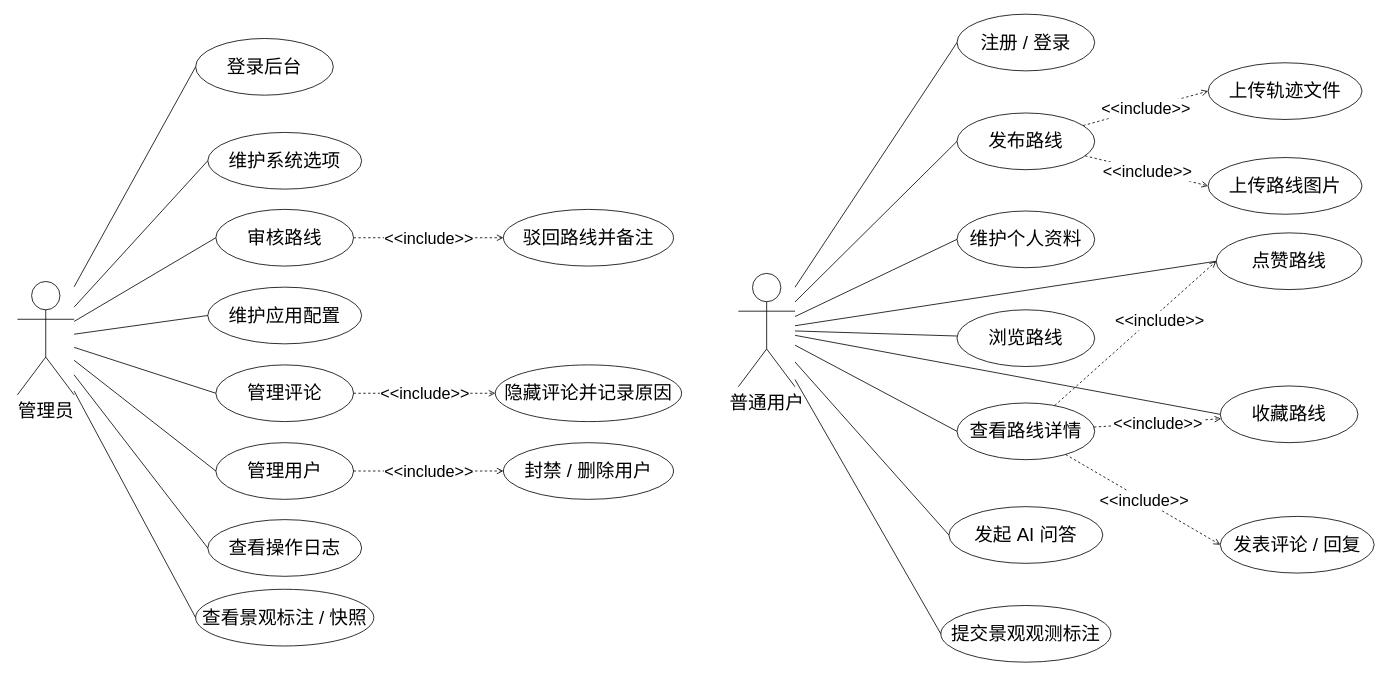
Before: DOCS/architecture-diagrams/sources/用例图/管理员用户用例图.drawio in 612cs/TrailQuest, a draw.io diagram. Source tidied: cells renumbered, new cells numbered last; positions are measured from the earlier drawing's top-left corner, leaving out a move shared by most shapes. Both pictures are drawn from the tidied source at 81%, with x=0, y=0 at pixel (17, 14).
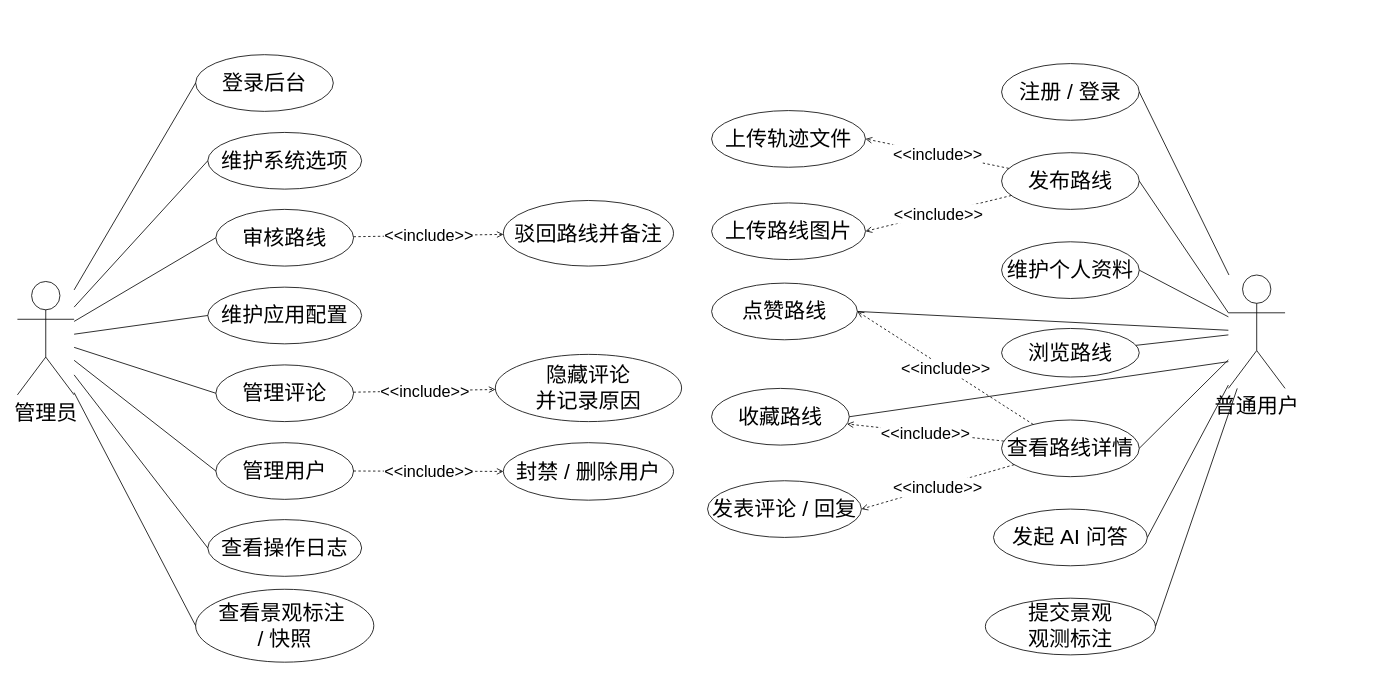
After the change.

The edit, as a diff of the source:
```diff
@@
-    <mxCell id="2" value="管理员" style="shape=umlActor;verticalLabelPosition=bottom;verticalAlign=top;html=1;fontSize=23;fillColor=none;" parent="1" vertex="1">
+    <mxCell id="2" value="管理员" style="shape=umlActor;verticalLabelPosition=bottom;verticalAlign=top;html=1;fontSize=26;fillColor=none;" parent="1" vertex="1">
       <mxGeometry y="330" width="70" height="140" as="geometry" />
     </mxCell>
-    <mxCell id="3" value="登录后台" style="ellipse;whiteSpace=wrap;html=1;fontSize=23;fillColor=none;" parent="1" vertex="1">
-      <mxGeometry x="220" y="30" width="170" height="70" as="geometry" />
+    <mxCell id="3" value="登录后台" style="ellipse;whiteSpace=wrap;html=1;fontSize=26;fillColor=none;" parent="1" vertex="1">
+      <mxGeometry x="220" y="50" width="170" height="70" as="geometry" />
     </mxCell>
-    <mxCell id="4" value="审核路线" style="ellipse;whiteSpace=wrap;html=1;fontSize=23;fillColor=none;" parent="1" vertex="1">
+    <mxCell id="4" value="审核路线" style="ellipse;whiteSpace=wrap;html=1;fontSize=26;fillColor=none;" parent="1" vertex="1">
       <mxGeometry x="245" y="241" width="170" height="70" as="geometry" />
     </mxCell>
-    <mxCell id="5" value="管理评论" style="ellipse;whiteSpace=wrap;html=1;fontSize=23;fillColor=none;" parent="1" vertex="1">
+    <mxCell id="5" value="管理评论" style="ellipse;whiteSpace=wrap;html=1;fontSize=26;fillColor=none;" parent="1" vertex="1">
       <mxGeometry x="245" y="433" width="170" height="70" as="geometry" />
     </mxCell>
-    <mxCell id="6" value="管理用户" style="ellipse;whiteSpace=wrap;html=1;fontSize=23;fillColor=none;" parent="1" vertex="1">
+    <mxCell id="6" value="管理用户" style="ellipse;whiteSpace=wrap;html=1;fontSize=26;fillColor=none;" parent="1" vertex="1">
       <mxGeometry x="245" y="529" width="170" height="70" as="geometry" />
     </mxCell>
-    <mxCell id="7" value="查看操作日志" style="ellipse;whiteSpace=wrap;html=1;fontSize=23;fillColor=none;" parent="1" vertex="1">
+    <mxCell id="7" value="查看操作日志" style="ellipse;whiteSpace=wrap;html=1;fontSize=26;fillColor=none;" parent="1" vertex="1">
       <mxGeometry x="235" y="624" width="190" height="70" as="geometry" />
     </mxCell>
-    <mxCell id="8" value="维护系统选项" style="ellipse;whiteSpace=wrap;html=1;fontSize=23;fillColor=none;" parent="1" vertex="1">
+    <mxCell id="8" value="维护系统选项" style="ellipse;whiteSpace=wrap;html=1;fontSize=26;fillColor=none;" parent="1" vertex="1">
       <mxGeometry x="235" y="146" width="190" height="70" as="geometry" />
     </mxCell>
-    <mxCell id="9" value="维护应用配置" style="ellipse;whiteSpace=wrap;html=1;fontSize=23;fillColor=none;" parent="1" vertex="1">
+    <mxCell id="9" value="维护应用配置" style="ellipse;whiteSpace=wrap;html=1;fontSize=26;fillColor=none;" parent="1" vertex="1">
       <mxGeometry x="235" y="337" width="190" height="70" as="geometry" />
     </mxCell>
-    <mxCell id="10" value="查看景观标注 / 快照" style="ellipse;whiteSpace=wrap;html=1;fontSize=23;fillColor=none;" parent="1" vertex="1">
-      <mxGeometry x="220" y="710" width="220" height="70" as="geometry" />
+    <mxCell id="10" value="查看景观标注&amp;nbsp;&lt;div&gt;/ 快照&lt;/div&gt;" style="ellipse;whiteSpace=wrap;html=1;fontSize=26;fillColor=none;" parent="1" vertex="1">
+      <mxGeometry x="220" y="710" width="220" height="90" as="geometry" />
     </mxCell>
-    <mxCell id="11" value="封禁 / 删除用户" style="ellipse;whiteSpace=wrap;html=1;fontSize=23;fillColor=none;" parent="1" vertex="1">
-      <mxGeometry x="600" y="529" width="210" height="70" as="geometry" />
+    <mxCell id="11" value="封禁 / 删除用户" style="ellipse;whiteSpace=wrap;html=1;fontSize=26;fillColor=none;" parent="1" vertex="1">
+      <mxGeometry x="600" y="529" width="210" height="71" as="geometry" />
     </mxCell>
-    <mxCell id="12" value="驳回路线并备注" style="ellipse;whiteSpace=wrap;html=1;fontSize=23;fillColor=none;" parent="1" vertex="1">
-      <mxGeometry x="600" y="241" width="210" height="70" as="geometry" />
+    <mxCell id="12" value="驳回路线并备注" style="ellipse;whiteSpace=wrap;html=1;fontSize=26;fillColor=none;" parent="1" vertex="1">
+      <mxGeometry x="600" y="230" width="210" height="81" as="geometry" />
     </mxCell>
-    <mxCell id="13" value="隐藏评论并记录原因" style="ellipse;whiteSpace=wrap;html=1;fontSize=23;fillColor=none;" parent="1" vertex="1">
-      <mxGeometry x="590" y="433" width="230" height="70" as="geometry" />
+    <mxCell id="13" value="隐藏评论&lt;div&gt;并记录原因&lt;/div&gt;" style="ellipse;whiteSpace=wrap;html=1;fontSize=26;fillColor=none;" parent="1" vertex="1">
+      <mxGeometry x="590" y="420" width="230" height="83" as="geometry" />
     </mxCell>
-    <mxCell id="14" style="endArrow=none;html=1;rounded=0;fontSize=23;entryX=0;entryY=0.5;entryDx=0;entryDy=0;" parent="1" edge="1" source="2" target="3">
+    <mxCell id="14" style="endArrow=none;html=1;rounded=0;fontSize=26;entryX=0;entryY=0.5;entryDx=0;entryDy=0;" parent="1" edge="1" source="2" target="3">
       <mxGeometry relative="1" as="geometry" />
     </mxCell>
-    <mxCell id="15" style="endArrow=none;html=1;rounded=0;fontSize=23;entryX=0;entryY=0.5;entryDx=0;entryDy=0;" parent="1" edge="1" source="2" target="4">
+    <mxCell id="15" style="endArrow=none;html=1;rounded=0;fontSize=26;entryX=0;entryY=0.5;entryDx=0;entryDy=0;" parent="1" edge="1" source="2" target="4">
       <mxGeometry relative="1" as="geometry" />
     </mxCell>
-    <mxCell id="16" style="endArrow=none;html=1;rounded=0;fontSize=23;entryX=0;entryY=0.5;entryDx=0;entryDy=0;" parent="1" edge="1" source="2" target="5">
+    <mxCell id="16" style="endArrow=none;html=1;rounded=0;fontSize=26;entryX=0;entryY=0.5;entryDx=0;entryDy=0;" parent="1" edge="1" source="2" target="5">
       <mxGeometry relative="1" as="geometry" />
     </mxCell>
-    <mxCell id="17" style="endArrow=none;html=1;rounded=0;fontSize=23;entryX=0;entryY=0.5;entryDx=0;entryDy=0;" parent="1" edge="1" source="2" target="6">
+    <mxCell id="17" style="endArrow=none;html=1;rounded=0;fontSize=26;entryX=0;entryY=0.5;entryDx=0;entryDy=0;" parent="1" edge="1" source="2" target="6">
       <mxGeometry relative="1" as="geometry" />
     </mxCell>
-    <mxCell id="18" style="endArrow=none;html=1;rounded=0;fontSize=23;entryX=0;entryY=0.5;entryDx=0;entryDy=0;" parent="1" edge="1" source="2" target="7">
+    <mxCell id="18" style="endArrow=none;html=1;rounded=0;fontSize=26;entryX=0;entryY=0.5;entryDx=0;entryDy=0;" parent="1" edge="1" source="2" target="7">
       <mxGeometry relative="1" as="geometry" />
     </mxCell>
-    <mxCell id="19" style="endArrow=none;html=1;rounded=0;fontSize=23;entryX=0;entryY=0.5;entryDx=0;entryDy=0;" parent="1" edge="1" source="2" target="8">
+    <mxCell id="19" style="endArrow=none;html=1;rounded=0;fontSize=26;entryX=0;entryY=0.5;entryDx=0;entryDy=0;" parent="1" edge="1" source="2" target="8">
       <mxGeometry relative="1" as="geometry" />
     </mxCell>
-    <mxCell id="20" style="endArrow=none;html=1;rounded=0;fontSize=23;entryX=0;entryY=0.5;entryDx=0;entryDy=0;" parent="1" edge="1" source="2" target="9">
+    <mxCell id="20" style="endArrow=none;html=1;rounded=0;fontSize=26;entryX=0;entryY=0.5;entryDx=0;entryDy=0;" parent="1" edge="1" source="2" target="9">
       <mxGeometry relative="1" as="geometry" />
     </mxCell>
-    <mxCell id="21" style="endArrow=none;html=1;rounded=0;fontSize=23;entryX=0;entryY=0.5;entryDx=0;entryDy=0;" parent="1" edge="1" source="2" target="10">
+    <mxCell id="21" style="endArrow=none;html=1;rounded=0;fontSize=26;entryX=0;entryY=0.5;entryDx=0;entryDy=0;" parent="1" edge="1" source="2" target="10">
       <mxGeometry relative="1" as="geometry" />
     </mxCell>
@@
-    <mxCell id="25" value="普通用户" style="shape=umlActor;verticalLabelPosition=bottom;verticalAlign=top;html=1;fontSize=23;fillColor=none;" parent="1" vertex="1">
-      <mxGeometry x="890" y="320" width="70" height="140" as="geometry" />
+    <mxCell id="25" value="普通用户" style="shape=umlActor;verticalLabelPosition=bottom;verticalAlign=top;html=1;fontSize=26;fillColor=none;" parent="1" vertex="1">
+      <mxGeometry x="1495" y="322" width="70" height="140" as="geometry" />
     </mxCell>
-    <mxCell id="26" value="注册 / 登录" style="ellipse;whiteSpace=wrap;html=1;fontSize=23;fillColor=none;" parent="1" vertex="1">
-      <mxGeometry x="1160" width="170" height="70" as="geometry" />
+    <mxCell id="26" value="注册 / 登录" style="ellipse;whiteSpace=wrap;html=1;fontSize=26;fillColor=none;" parent="1" vertex="1">
+      <mxGeometry x="1215" y="61" width="170" height="70" as="geometry" />
     </mxCell>
-    <mxCell id="27" value="维护个人资料" style="ellipse;whiteSpace=wrap;html=1;fontSize=23;fillColor=none;" parent="1" vertex="1">
-      <mxGeometry x="1160" y="243" width="170" height="70" as="geometry" />
+    <mxCell id="27" value="维护个人资料" style="ellipse;whiteSpace=wrap;html=1;fontSize=26;fillColor=none;" parent="1" vertex="1">
+      <mxGeometry x="1215" y="281" width="170" height="70" as="geometry" />
     </mxCell>
-    <mxCell id="28" value="浏览路线" style="ellipse;whiteSpace=wrap;html=1;fontSize=23;fillColor=none;" parent="1" vertex="1">
-      <mxGeometry x="1160" y="365" width="170" height="70" as="geometry" />
+    <mxCell id="28" value="浏览路线" style="ellipse;whiteSpace=wrap;html=1;fontSize=26;fillColor=none;" parent="1" vertex="1">
+      <mxGeometry x="1215" y="388" width="170" height="60" as="geometry" />
     </mxCell>
-    <mxCell id="29" value="查看路线详情" style="ellipse;whiteSpace=wrap;html=1;fontSize=23;fillColor=none;" parent="1" vertex="1">
-      <mxGeometry x="1160" y="480" width="170" height="70" as="geometry" />
+    <mxCell id="29" value="查看路线详情" style="ellipse;whiteSpace=wrap;html=1;fontSize=26;fillColor=none;" parent="1" vertex="1">
+      <mxGeometry x="1215" y="501" width="170" height="70" as="geometry" />
     </mxCell>
-    <mxCell id="30" value="发布路线" style="ellipse;whiteSpace=wrap;html=1;fontSize=23;fillColor=none;" parent="1" vertex="1">
-      <mxGeometry x="1160" y="122" width="170" height="70" as="geometry" />
+    <mxCell id="30" value="发布路线" style="ellipse;whiteSpace=wrap;html=1;fontSize=26;fillColor=none;" parent="1" vertex="1">
+      <mxGeometry x="1215" y="171" width="170" height="70" as="geometry" />
     </mxCell>
-    <mxCell id="31" value="上传轨迹文件" style="ellipse;whiteSpace=wrap;html=1;fontSize=23;fillColor=none;" parent="1" vertex="1">
-      <mxGeometry x="1470" y="60" width="190" height="70" as="geometry" />
+    <mxCell id="31" value="上传轨迹文件" style="ellipse;whiteSpace=wrap;html=1;fontSize=26;fillColor=none;" parent="1" vertex="1">
+      <mxGeometry x="857" y="119" width="190" height="70" as="geometry" />
     </mxCell>
-    <mxCell id="32" value="上传路线图片" style="ellipse;whiteSpace=wrap;html=1;fontSize=23;fillColor=none;" parent="1" vertex="1">
-      <mxGeometry x="1470" y="177" width="190" height="70" as="geometry" />
+    <mxCell id="32" value="上传路线图片" style="ellipse;whiteSpace=wrap;html=1;fontSize=26;fillColor=none;" parent="1" vertex="1">
+      <mxGeometry x="857" y="233" width="190" height="70" as="geometry" />
     </mxCell>
-    <mxCell id="33" value="发表评论 / 回复" style="ellipse;whiteSpace=wrap;html=1;fontSize=23;fillColor=none;" parent="1" vertex="1">
-      <mxGeometry x="1485" y="620" width="190" height="70" as="geometry" />
+    <mxCell id="33" value="发表评论 / 回复" style="ellipse;whiteSpace=wrap;html=1;fontSize=26;fillColor=none;" parent="1" vertex="1">
+      <mxGeometry x="852" y="576" width="190" height="70" as="geometry" />
     </mxCell>
-    <mxCell id="34" value="点赞路线" style="ellipse;whiteSpace=wrap;html=1;fontSize=23;fillColor=none;" parent="1" vertex="1">
-      <mxGeometry x="1480" y="270" width="180" height="70" as="geometry" />
+    <mxCell id="34" value="点赞路线" style="ellipse;whiteSpace=wrap;html=1;fontSize=26;fillColor=none;" parent="1" vertex="1">
+      <mxGeometry x="857" y="332" width="180" height="70" as="geometry" />
     </mxCell>
-    <mxCell id="35" value="收藏路线" style="ellipse;whiteSpace=wrap;html=1;fontSize=23;fillColor=none;" parent="1" vertex="1">
-      <mxGeometry x="1485" y="459" width="170" height="70" as="geometry" />
+    <mxCell id="35" value="收藏路线" style="ellipse;whiteSpace=wrap;html=1;fontSize=26;fillColor=none;" parent="1" vertex="1">
+      <mxGeometry x="857" y="462" width="170" height="70" as="geometry" />
     </mxCell>
-    <mxCell id="36" value="发起 AI 问答" style="ellipse;whiteSpace=wrap;html=1;fontSize=23;fillColor=none;" parent="1" vertex="1">
-      <mxGeometry x="1150" y="608" width="190" height="70" as="geometry" />
+    <mxCell id="36" value="发起 AI 问答" style="ellipse;whiteSpace=wrap;html=1;fontSize=26;fillColor=none;" parent="1" vertex="1">
+      <mxGeometry x="1205" y="611" width="190" height="70" as="geometry" />
     </mxCell>
-    <mxCell id="37" value="提交景观观测标注" style="ellipse;whiteSpace=wrap;html=1;fontSize=23;fillColor=none;" parent="1" vertex="1">
-      <mxGeometry x="1140" y="730" width="210" height="70" as="geometry" />
-    </mxCell>
+    <mxCell id="52" value="提交景观&lt;div&gt;观测标注&lt;/div&gt;" style="ellipse;whiteSpace=wrap;html=1;fontSize=26;fillColor=none;" parent="1" vertex="1">
+      <mxGeometry x="1195" y="721" width="210" height="70" as="geometry" />
+    </mxCell>
-    <mxCell id="38" style="endArrow=none;html=1;rounded=0;fontSize=23;entryX=0;entryY=0.5;entryDx=0;entryDy=0;" parent="1" edge="1" source="25" target="26">
+    <mxCell id="38" style="endArrow=none;html=1;rounded=0;fontSize=26;entryX=1;entryY=0.5;entryDx=0;entryDy=0;" parent="1" edge="1" source="25" target="26">
       <mxGeometry relative="1" as="geometry" />
     </mxCell>
-    <mxCell id="39" style="endArrow=none;html=1;rounded=0;fontSize=23;entryX=0;entryY=0.5;entryDx=0;entryDy=0;" parent="1" edge="1" source="25" target="27">
+    <mxCell id="39" style="endArrow=none;html=1;rounded=0;fontSize=26;entryX=1;entryY=0.5;entryDx=0;entryDy=0;" parent="1" edge="1" source="25" target="27">
       <mxGeometry relative="1" as="geometry" />
     </mxCell>
-    <mxCell id="40" style="endArrow=none;html=1;rounded=0;fontSize=23;" parent="1" edge="1" source="25" target="28">
+    <mxCell id="40" style="endArrow=none;html=1;rounded=0;fontSize=26;" parent="1" edge="1" source="25" target="28">
       <mxGeometry relative="1" as="geometry" />
     </mxCell>
-    <mxCell id="41" style="endArrow=none;html=1;rounded=0;fontSize=23;entryX=0;entryY=0.5;entryDx=0;entryDy=0;" parent="1" edge="1" source="25" target="29">
+    <mxCell id="41" style="endArrow=none;html=1;rounded=0;fontSize=26;entryX=1;entryY=0.5;entryDx=0;entryDy=0;" parent="1" edge="1" source="25" target="29">
       <mxGeometry relative="1" as="geometry" />
     </mxCell>
-    <mxCell id="42" style="endArrow=none;html=1;rounded=0;fontSize=23;entryX=0;entryY=0.5;entryDx=0;entryDy=0;" parent="1" edge="1" source="25" target="30">
+    <mxCell id="42" style="endArrow=none;html=1;rounded=0;fontSize=26;entryX=1;entryY=0.5;entryDx=0;entryDy=0;exitX=0;exitY=0.3333333333333333;exitDx=0;exitDy=0;exitPerimeter=0;" parent="1" edge="1" source="25" target="30">
       <mxGeometry relative="1" as="geometry" />
     </mxCell>
-    <mxCell id="43" style="endArrow=none;html=1;rounded=0;fontSize=23;entryX=0;entryY=0.5;entryDx=0;entryDy=0;" parent="1" edge="1" source="25" target="34">
+    <mxCell id="43" style="endArrow=none;html=1;rounded=0;fontSize=26;entryX=1;entryY=0.5;entryDx=0;entryDy=0;" parent="1" edge="1" source="25" target="34">
       <mxGeometry relative="1" as="geometry" />
     </mxCell>
-    <mxCell id="44" style="endArrow=none;html=1;rounded=0;fontSize=23;entryX=0;entryY=0.5;entryDx=0;entryDy=0;" parent="1" edge="1" source="25" target="35">
-      <mxGeometry relative="1" as="geometry" />
-    </mxCell>
+    <mxCell id="53" style="endArrow=none;html=1;rounded=0;fontSize=26;entryX=1;entryY=0.5;entryDx=0;entryDy=0;" parent="1" edge="1" target="35">
+      <mxGeometry relative="1" as="geometry">
+        <mxPoint x="1495" y="429" as="sourcePoint" />
+      </mxGeometry>
+    </mxCell>
-    <mxCell id="45" style="endArrow=none;html=1;rounded=0;fontSize=23;entryX=0;entryY=0.5;entryDx=0;entryDy=0;" parent="1" edge="1" source="25" target="36">
+    <mxCell id="45" style="endArrow=none;html=1;rounded=0;fontSize=26;entryX=1;entryY=0.5;entryDx=0;entryDy=0;" parent="1" edge="1" source="25" target="36">
       <mxGeometry relative="1" as="geometry" />
     </mxCell>
-    <mxCell id="46" style="endArrow=none;html=1;rounded=0;fontSize=23;entryX=0;entryY=0.5;entryDx=0;entryDy=0;" parent="1" edge="1" source="25" target="37">
-      <mxGeometry relative="1" as="geometry" />
-    </mxCell>
+    <mxCell id="54" style="endArrow=none;html=1;rounded=0;fontSize=26;entryX=1;entryY=0.5;entryDx=0;entryDy=0;" parent="1" edge="1" source="25" target="52">
+      <mxGeometry relative="1" as="geometry" />
+    </mxCell>
-    <mxCell id="47" value="&lt;font&gt;&amp;lt;&amp;lt;include&amp;gt;&amp;gt;&lt;/font&gt;" style="dashed=1;endArrow=open;html=1;fontSize=20;entryX=0;entryY=0.5;entryDx=0;entryDy=0;" parent="1" edge="1" source="30" target="31">
+    <mxCell id="47" value="&lt;font&gt;&amp;lt;&amp;lt;include&amp;gt;&amp;gt;&lt;/font&gt;" style="dashed=1;endArrow=open;html=1;fontSize=20;entryX=1;entryY=0.5;entryDx=0;entryDy=0;" parent="1" edge="1" source="30" target="31">
       <mxGeometry relative="1" as="geometry" />
     </mxCell>
-    <mxCell id="48" value="&lt;font&gt;&amp;lt;&amp;lt;include&amp;gt;&amp;gt;&lt;/font&gt;" style="dashed=1;endArrow=open;html=1;fontSize=20;entryX=0;entryY=0.5;entryDx=0;entryDy=0;" parent="1" edge="1" source="30" target="32">
-      <mxGeometry x="0.01" relative="1" as="geometry" />
+    <mxCell id="48" value="&lt;font&gt;&amp;lt;&amp;lt;include&amp;gt;&amp;gt;&lt;/font&gt;" style="dashed=1;endArrow=open;html=1;fontSize=20;entryX=1;entryY=0.5;entryDx=0;entryDy=0;" parent="1" edge="1" source="30" target="32">
+      <mxGeometry relative="1" as="geometry" />
     </mxCell>
-    <mxCell id="49" value="&lt;span&gt;&lt;font&gt;&amp;lt;&amp;lt;include&amp;gt;&amp;gt;&lt;/font&gt;&lt;/span&gt;" style="dashed=1;endArrow=open;html=1;fontSize=20;entryX=0;entryY=0.5;entryDx=0;entryDy=0;" parent="1" edge="1" source="29" target="33">
-      <mxGeometry x="0.01" relative="1" as="geometry" />
+    <mxCell id="49" value="&lt;span&gt;&lt;font&gt;&amp;lt;&amp;lt;include&amp;gt;&amp;gt;&lt;/font&gt;&lt;/span&gt;" style="dashed=1;endArrow=open;html=1;fontSize=20;entryX=1;entryY=0.5;entryDx=0;entryDy=0;" parent="1" edge="1" source="29" target="33">
+      <mxGeometry relative="1" as="geometry" />
     </mxCell>
-    <mxCell id="50" value="&lt;font&gt;&amp;lt;&amp;lt;include&amp;gt;&amp;gt;&lt;/font&gt;" style="dashed=1;endArrow=open;html=1;fontSize=20;entryX=0;entryY=0.5;entryDx=0;entryDy=0;" parent="1" edge="1" source="29" target="34">
-      <mxGeometry x="0.25" y="-8" relative="1" as="geometry" />
+    <mxCell id="50" value="&lt;font&gt;&amp;lt;&amp;lt;include&amp;gt;&amp;gt;&lt;/font&gt;" style="dashed=1;endArrow=open;html=1;fontSize=20;entryX=1;entryY=0.5;entryDx=0;entryDy=0;" parent="1" edge="1" source="29" target="34">
+      <mxGeometry relative="1" as="geometry" />
     </mxCell>
```
